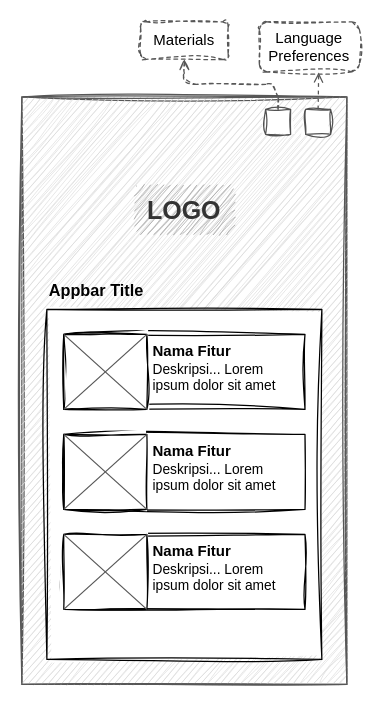
Above: Wireframe Beranda.drawio in dans609/diagrams_net (draw.io), before the change. Source tidied: cells renumbered, new cells numbered last; positions are measured from the earlier drawing's top-left corner, leaving out a move shared by most shapes. Both pictures are drawn from the tidied source at 125%, with x=0, y=0 at pixel (21, 21).
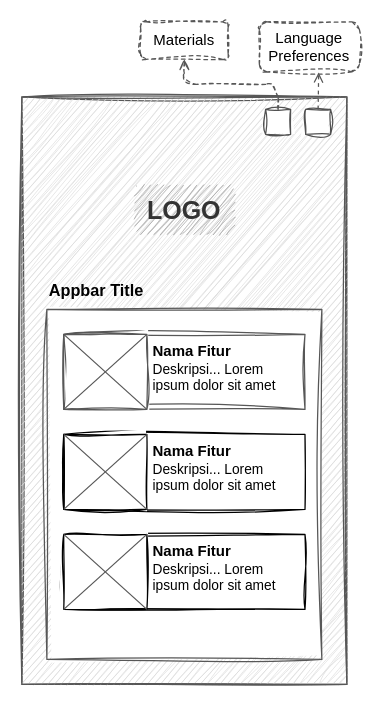
The same page after the edit.

Commit message:
Coloring Wireframe of Beranda

Unchanged cells that the change refers to:
```xml
<mxCell id="3" style="group;" parent="2" vertex="1">
  <mxGeometry width="260" height="470" as="geometry" />
</mxCell>
<mxCell id="12" style="group;" parent="3" vertex="1">
  <mxGeometry x="33.5" y="190" width="193" height="60" as="geometry" />
</mxCell>
```

Diff of the diagram source:
```diff
@@
-    <mxCell id="11" style="rounded=0;whiteSpace=wrap;html=1;sketch=1;curveFitting=1;jiggle=2;" parent="3" vertex="1">
+    <mxCell id="11" style="rounded=0;whiteSpace=wrap;html=1;sketch=1;curveFitting=1;jiggle=2;strokeColor=#575757;" parent="3" vertex="1">
       <mxGeometry x="20" y="170" width="220" height="280" as="geometry" />
     </mxCell>
@@
-    <mxCell id="13" style="rounded=0;whiteSpace=wrap;html=1;sketch=1;curveFitting=1;jiggle=2;" parent="12" vertex="1">
+    <mxCell id="13" style="rounded=0;whiteSpace=wrap;html=1;sketch=1;curveFitting=1;jiggle=2;strokeColor=#575757;" parent="12" vertex="1">
       <mxGeometry width="193" height="60" as="geometry" />
     </mxCell>
-    <mxCell id="14" style="rounded=0;whiteSpace=wrap;html=1;sketch=1;curveFitting=1;jiggle=2;" parent="12" vertex="1">
+    <mxCell id="14" style="rounded=0;whiteSpace=wrap;html=1;sketch=1;curveFitting=1;jiggle=2;strokeColor=#575757;" parent="12" vertex="1">
       <mxGeometry width="66.5" height="60" as="geometry" />
     </mxCell>
@@
-    <mxCell id="19" style="group;" parent="3" vertex="1">
+    <mxCell id="19" style="group;fontColor=#575757;" parent="3" vertex="1">
       <mxGeometry x="33.5" y="270" width="193" height="60" as="geometry" />
     </mxCell>
```
